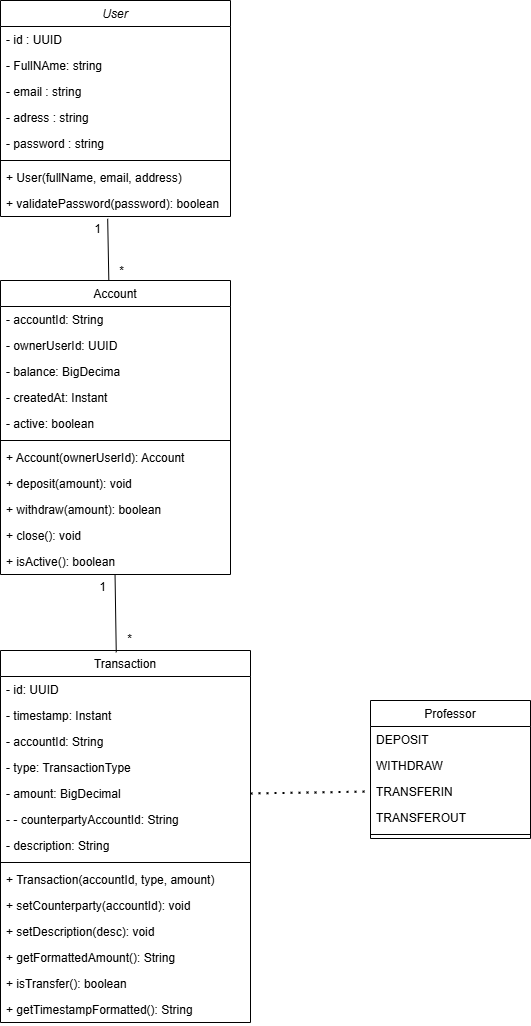
ka-amina/bank-management keeps this draw.io diagram as UML/BankManagement-class-diagram.png. Above is the earlier version. Source tidied: cells renumbered, new cells last; positions are measured from the earlier drawing's top-left corner, leaving out a move shared by most shapes. Its diagram source:
```xml
<mxGraphModel background="#ffffff">
  <root>
    <mxCell id="0" />
    <mxCell id="1" parent="0" />
    <mxCell id="2" value="User" style="swimlane;fontStyle=2;align=center;verticalAlign=top;horizontal=1;startSize=26;rounded=0;shadow=0;strokeWidth=1;" parent="1" vertex="1">
      <mxGeometry width="230" height="216" as="geometry" />
    </mxCell>
    <mxCell id="3" value="- id : UUID" style="text;align=left;verticalAlign=top;spacingLeft=4;spacingRight=4;overflow=hidden;" parent="2" vertex="1">
      <mxGeometry y="26" width="230" height="26" as="geometry" />
    </mxCell>
    <mxCell id="4" value="- FullNAme: string" style="text;align=left;verticalAlign=top;spacingLeft=4;spacingRight=4;overflow=hidden;rounded=0;shadow=0;html=0;" parent="2" vertex="1">
      <mxGeometry y="52" width="230" height="26" as="geometry" />
    </mxCell>
    <mxCell id="5" value="- email : string" style="text;align=left;verticalAlign=top;spacingLeft=4;spacingRight=4;overflow=hidden;rounded=0;shadow=0;html=0;" parent="2" vertex="1">
      <mxGeometry y="78" width="230" height="26" as="geometry" />
    </mxCell>
    <mxCell id="6" value="- adress : string" style="text;align=left;verticalAlign=top;spacingLeft=4;spacingRight=4;overflow=hidden;rounded=0;shadow=0;html=0;" parent="2" vertex="1">
      <mxGeometry y="104" width="230" height="26" as="geometry" />
    </mxCell>
    <mxCell id="7" value="- password : string" style="text;align=left;verticalAlign=top;spacingLeft=4;spacingRight=4;overflow=hidden;rounded=0;shadow=0;html=0;" parent="2" vertex="1">
      <mxGeometry y="130" width="230" height="26" as="geometry" />
    </mxCell>
    <mxCell id="8" style="line;html=1;strokeWidth=1;align=left;verticalAlign=middle;spacingTop=-1;spacingLeft=3;spacingRight=3;labelPosition=right;" parent="2" vertex="1">
      <mxGeometry y="156" width="230" height="8" as="geometry" />
    </mxCell>
    <mxCell id="9" value="+ User(fullName, email, address)" style="text;align=left;verticalAlign=top;spacingLeft=4;spacingRight=4;overflow=hidden;" parent="2" vertex="1">
      <mxGeometry y="164" width="230" height="26" as="geometry" />
    </mxCell>
    <mxCell id="10" value="+ validatePassword(password): boolean" style="text;align=left;verticalAlign=top;spacingLeft=4;spacingRight=4;overflow=hidden;points=[[0,0.5],[1,0.5]];portConstraint=eastwest;" parent="2" vertex="1">
      <mxGeometry y="190" width="230" height="26" as="geometry" />
    </mxCell>
    <mxCell id="11" value="Account" style="swimlane;fontStyle=0;align=center;verticalAlign=top;horizontal=1;startSize=26;rounded=0;shadow=0;strokeWidth=1;" parent="1" vertex="1">
      <mxGeometry y="280" width="230" height="294" as="geometry" />
    </mxCell>
    <mxCell id="12" value="- accountId: String" style="text;align=left;verticalAlign=top;spacingLeft=4;spacingRight=4;overflow=hidden;" parent="11" vertex="1">
      <mxGeometry y="26" width="230" height="26" as="geometry" />
    </mxCell>
    <mxCell id="13" value="- ownerUserId: UUID" style="text;align=left;verticalAlign=top;spacingLeft=4;spacingRight=4;overflow=hidden;rounded=0;shadow=0;html=0;" parent="11" vertex="1">
      <mxGeometry y="52" width="230" height="26" as="geometry" />
    </mxCell>
    <mxCell id="14" value="- balance: BigDecima" style="text;align=left;verticalAlign=top;spacingLeft=4;spacingRight=4;overflow=hidden;fontStyle=0;" parent="11" vertex="1">
      <mxGeometry y="78" width="230" height="26" as="geometry" />
    </mxCell>
    <mxCell id="15" value="- createdAt: Instant" style="text;align=left;verticalAlign=top;spacingLeft=4;spacingRight=4;overflow=hidden;" parent="11" vertex="1">
      <mxGeometry y="104" width="230" height="26" as="geometry" />
    </mxCell>
    <mxCell id="16" value="- active: boolean" style="text;align=left;verticalAlign=top;spacingLeft=4;spacingRight=4;overflow=hidden;" parent="11" vertex="1">
      <mxGeometry y="130" width="230" height="26" as="geometry" />
    </mxCell>
    <mxCell id="17" style="line;html=1;strokeWidth=1;align=left;verticalAlign=middle;spacingTop=-1;spacingLeft=3;spacingRight=3;labelPosition=right;" parent="11" vertex="1">
      <mxGeometry y="156" width="230" height="8" as="geometry" />
    </mxCell>
    <mxCell id="18" value="+ Account(ownerUserId): Account" style="text;align=left;verticalAlign=top;spacingLeft=4;spacingRight=4;overflow=hidden;" parent="11" vertex="1">
      <mxGeometry y="164" width="230" height="26" as="geometry" />
    </mxCell>
    <mxCell id="19" value="+ deposit(amount): void" style="text;align=left;verticalAlign=top;spacingLeft=4;spacingRight=4;overflow=hidden;" parent="11" vertex="1">
      <mxGeometry y="190" width="230" height="26" as="geometry" />
    </mxCell>
    <mxCell id="20" value="+ withdraw(amount): boolean" style="text;align=left;verticalAlign=top;spacingLeft=4;spacingRight=4;overflow=hidden;" parent="11" vertex="1">
      <mxGeometry y="216" width="230" height="26" as="geometry" />
    </mxCell>
    <mxCell id="21" value="+ close(): void" style="text;align=left;verticalAlign=top;spacingLeft=4;spacingRight=4;overflow=hidden;" parent="11" vertex="1">
      <mxGeometry y="242" width="230" height="26" as="geometry" />
    </mxCell>
    <mxCell id="22" value="+ isActive(): boolean" style="text;align=left;verticalAlign=top;spacingLeft=4;spacingRight=4;overflow=hidden;points=[[0,0.5],[1,0.5]];portConstraint=eastwest;" parent="11" vertex="1">
      <mxGeometry y="268" width="230" height="26" as="geometry" />
    </mxCell>
    <mxCell id="23" value="Professor" style="swimlane;fontStyle=0;align=center;verticalAlign=top;horizontal=1;startSize=26;rounded=0;shadow=0;strokeWidth=1;" parent="1" vertex="1">
      <mxGeometry x="370" y="700" width="160" height="138" as="geometry" />
    </mxCell>
    <mxCell id="24" value="DEPOSIT" style="text;align=left;verticalAlign=top;spacingLeft=4;spacingRight=4;overflow=hidden;" parent="23" vertex="1">
      <mxGeometry y="26" width="160" height="26" as="geometry" />
    </mxCell>
    <mxCell id="25" value="WITHDRAW" style="text;align=left;verticalAlign=top;spacingLeft=4;spacingRight=4;overflow=hidden;" parent="23" vertex="1">
      <mxGeometry y="52" width="160" height="26" as="geometry" />
    </mxCell>
    <mxCell id="26" value="TRANSFERIN" style="text;align=left;verticalAlign=top;spacingLeft=4;spacingRight=4;overflow=hidden;points=[[0,0.5],[1,0.5]];portConstraint=eastwest;" parent="23" vertex="1">
      <mxGeometry y="78" width="160" height="26" as="geometry" />
    </mxCell>
    <mxCell id="27" value="TRANSFEROUT" style="text;align=left;verticalAlign=top;spacingLeft=4;spacingRight=4;overflow=hidden;" parent="23" vertex="1">
      <mxGeometry y="104" width="160" height="26" as="geometry" />
    </mxCell>
    <mxCell id="28" style="line;html=1;strokeWidth=1;align=left;verticalAlign=middle;spacingTop=-1;spacingLeft=3;spacingRight=3;labelPosition=right;" parent="23" vertex="1">
      <mxGeometry y="130" width="160" height="8" as="geometry" />
    </mxCell>
    <mxCell id="29" value="Transaction" style="swimlane;fontStyle=0;align=center;verticalAlign=top;horizontal=1;startSize=26;rounded=0;shadow=0;strokeWidth=1;" parent="1" vertex="1">
      <mxGeometry y="650" width="250" height="372" as="geometry" />
    </mxCell>
    <mxCell id="30" value="- id: UUID" style="text;align=left;verticalAlign=top;spacingLeft=4;spacingRight=4;overflow=hidden;" parent="29" vertex="1">
      <mxGeometry y="26" width="250" height="26" as="geometry" />
    </mxCell>
    <mxCell id="31" value="- timestamp: Instant" style="text;align=left;verticalAlign=top;spacingLeft=4;spacingRight=4;overflow=hidden;rounded=0;shadow=0;html=0;" parent="29" vertex="1">
      <mxGeometry y="52" width="250" height="26" as="geometry" />
    </mxCell>
    <mxCell id="32" value="- accountId: String" style="text;align=left;verticalAlign=top;spacingLeft=4;spacingRight=4;overflow=hidden;rounded=0;shadow=0;html=0;" parent="29" vertex="1">
      <mxGeometry y="78" width="250" height="26" as="geometry" />
    </mxCell>
    <mxCell id="33" value="- type: TransactionType" style="text;align=left;verticalAlign=top;spacingLeft=4;spacingRight=4;overflow=hidden;rounded=0;shadow=0;html=0;" parent="29" vertex="1">
      <mxGeometry y="104" width="250" height="26" as="geometry" />
    </mxCell>
    <mxCell id="34" value="- amount: BigDecimal" style="text;align=left;verticalAlign=top;spacingLeft=4;spacingRight=4;overflow=hidden;points=[[0,0.5],[1,0.5]];portConstraint=eastwest;rounded=0;shadow=0;html=0;" parent="29" vertex="1">
      <mxGeometry y="130" width="250" height="26" as="geometry" />
    </mxCell>
    <mxCell id="35" value="- - counterpartyAccountId: String" style="text;align=left;verticalAlign=top;spacingLeft=4;spacingRight=4;overflow=hidden;" parent="29" vertex="1">
      <mxGeometry y="156" width="250" height="26" as="geometry" />
    </mxCell>
    <mxCell id="36" value="- description: String" style="text;align=left;verticalAlign=top;spacingLeft=4;spacingRight=4;overflow=hidden;" parent="29" vertex="1">
      <mxGeometry y="182" width="250" height="26" as="geometry" />
    </mxCell>
    <mxCell id="37" style="line;html=1;strokeWidth=1;align=left;verticalAlign=middle;spacingTop=-1;spacingLeft=3;spacingRight=3;labelPosition=right;" parent="29" vertex="1">
      <mxGeometry y="208" width="250" height="8" as="geometry" />
    </mxCell>
    <mxCell id="38" value="+ Transaction(accountId, type, amount)" style="text;align=left;verticalAlign=top;spacingLeft=4;spacingRight=4;overflow=hidden;" parent="29" vertex="1">
      <mxGeometry y="216" width="250" height="26" as="geometry" />
    </mxCell>
    <mxCell id="39" value="+ setCounterparty(accountId): void" style="text;align=left;verticalAlign=top;spacingLeft=4;spacingRight=4;overflow=hidden;" parent="29" vertex="1">
      <mxGeometry y="242" width="250" height="26" as="geometry" />
    </mxCell>
    <mxCell id="40" value="+ setDescription(desc): void" style="text;align=left;verticalAlign=top;spacingLeft=4;spacingRight=4;overflow=hidden;" parent="29" vertex="1">
      <mxGeometry y="268" width="250" height="26" as="geometry" />
    </mxCell>
    <mxCell id="41" value="+ getFormattedAmount(): String" style="text;align=left;verticalAlign=top;spacingLeft=4;spacingRight=4;overflow=hidden;" parent="29" vertex="1">
      <mxGeometry y="294" width="250" height="26" as="geometry" />
    </mxCell>
    <mxCell id="42" value="+ isTransfer(): boolean" style="text;align=left;verticalAlign=top;spacingLeft=4;spacingRight=4;overflow=hidden;" parent="29" vertex="1">
      <mxGeometry y="320" width="250" height="26" as="geometry" />
    </mxCell>
    <mxCell id="43" value="+ getTimestampFormatted(): String" style="text;align=left;verticalAlign=top;spacingLeft=4;spacingRight=4;overflow=hidden;" parent="29" vertex="1">
      <mxGeometry y="346" width="250" height="26" as="geometry" />
    </mxCell>
    <mxCell id="44" style="endArrow=none;dashed=1;html=1;dashPattern=1 3;strokeWidth=2;rounded=0;exitX=1;exitY=0.5;exitDx=0;exitDy=0;entryX=0;entryY=0.5;entryDx=0;entryDy=0;" parent="1" edge="1" source="34" target="26">
      <mxGeometry relative="1" as="geometry" />
    </mxCell>
    <mxCell id="45" style="endArrow=none;html=1;rounded=0;entryX=0.466;entryY=1.087;entryDx=0;entryDy=0;entryPerimeter=0;exitX=0.471;exitY=0.001;exitDx=0;exitDy=0;exitPerimeter=0;" parent="1" edge="1" source="11" target="10">
      <mxGeometry relative="1" as="geometry" />
    </mxCell>
    <mxCell id="46" style="endArrow=none;html=1;rounded=0;exitX=0.463;exitY=0.005;exitDx=0;exitDy=0;exitPerimeter=0;entryX=0.498;entryY=1.002;entryDx=0;entryDy=0;entryPerimeter=0;" parent="1" edge="1" source="29" target="22">
      <mxGeometry relative="1" as="geometry" />
    </mxCell>
    <mxCell id="47" value="1" style="text;html=1;align=center;verticalAlign=middle;strokeColor=none;fillColor=none;" parent="1" vertex="1">
      <mxGeometry x="84" y="216" width="25" height="26" as="geometry" />
    </mxCell>
    <mxCell id="48" value="*" style="text;html=1;align=center;verticalAlign=middle;strokeColor=none;fillColor=none;" parent="1" vertex="1">
      <mxGeometry x="109" y="258" width="23" height="26" as="geometry" />
    </mxCell>
    <mxCell id="49" value="1" style="text;html=1;align=center;verticalAlign=middle;strokeColor=none;fillColor=none;" parent="1" vertex="1">
      <mxGeometry x="89" y="574" width="25" height="26" as="geometry" />
    </mxCell>
    <mxCell id="50" value="*" style="text;html=1;align=center;verticalAlign=middle;strokeColor=none;fillColor=none;" parent="1" vertex="1">
      <mxGeometry x="117" y="626" width="23" height="26" as="geometry" />
    </mxCell>
  </root>
</mxGraphModel>
```
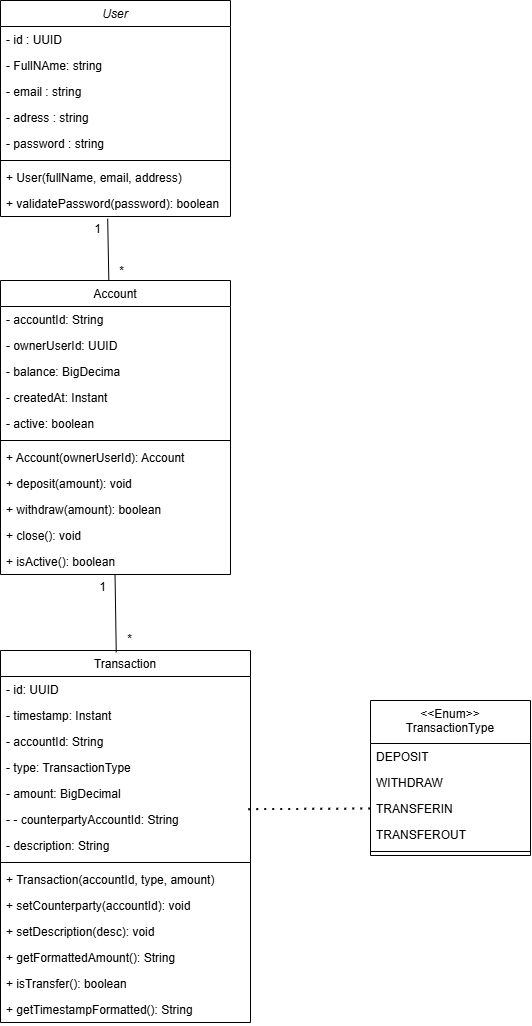
Above is the later version.

Commit message:
update class diagram

Diff of the diagram source:
```diff
@@ -65,23 +65,23 @@
     <mxCell id="22" value="+ isActive(): boolean" style="text;align=left;verticalAlign=top;spacingLeft=4;spacingRight=4;overflow=hidden;points=[[0,0.5],[1,0.5]];portConstraint=eastwest;" parent="11" vertex="1">
       <mxGeometry y="268" width="230" height="26" as="geometry" />
     </mxCell>
-    <mxCell id="23" value="Professor" style="swimlane;fontStyle=0;align=center;verticalAlign=top;horizontal=1;startSize=26;rounded=0;shadow=0;strokeWidth=1;" parent="1" vertex="1">
-      <mxGeometry x="370" y="700" width="160" height="138" as="geometry" />
+    <mxCell id="23" value="&lt;&lt;Enum&gt;&gt;&#10;TransactionType" style="swimlane;fontStyle=0;align=center;verticalAlign=top;horizontal=1;startSize=43;rounded=0;shadow=0;strokeWidth=1;" parent="1" vertex="1">
+      <mxGeometry x="370" y="700" width="160" height="155" as="geometry" />
     </mxCell>
     <mxCell id="24" value="DEPOSIT" style="text;align=left;verticalAlign=top;spacingLeft=4;spacingRight=4;overflow=hidden;" parent="23" vertex="1">
-      <mxGeometry y="26" width="160" height="26" as="geometry" />
+      <mxGeometry y="43" width="160" height="26" as="geometry" />
     </mxCell>
     <mxCell id="25" value="WITHDRAW" style="text;align=left;verticalAlign=top;spacingLeft=4;spacingRight=4;overflow=hidden;" parent="23" vertex="1">
-      <mxGeometry y="52" width="160" height="26" as="geometry" />
+      <mxGeometry y="69" width="160" height="26" as="geometry" />
     </mxCell>
     <mxCell id="26" value="TRANSFERIN" style="text;align=left;verticalAlign=top;spacingLeft=4;spacingRight=4;overflow=hidden;points=[[0,0.5],[1,0.5]];portConstraint=eastwest;" parent="23" vertex="1">
-      <mxGeometry y="78" width="160" height="26" as="geometry" />
+      <mxGeometry y="95" width="160" height="26" as="geometry" />
     </mxCell>
     <mxCell id="27" value="TRANSFEROUT" style="text;align=left;verticalAlign=top;spacingLeft=4;spacingRight=4;overflow=hidden;" parent="23" vertex="1">
-      <mxGeometry y="104" width="160" height="26" as="geometry" />
+      <mxGeometry y="121" width="160" height="26" as="geometry" />
     </mxCell>
     <mxCell id="28" style="line;html=1;strokeWidth=1;align=left;verticalAlign=middle;spacingTop=-1;spacingLeft=3;spacingRight=3;labelPosition=right;" parent="23" vertex="1">
-      <mxGeometry y="130" width="160" height="8" as="geometry" />
+      <mxGeometry y="147" width="160" height="8" as="geometry" />
     </mxCell>
     <mxCell id="29" value="Transaction" style="swimlane;fontStyle=0;align=center;verticalAlign=top;horizontal=1;startSize=26;rounded=0;shadow=0;strokeWidth=1;" parent="1" vertex="1">
       <mxGeometry y="650" width="250" height="372" as="geometry" />
@@ -128,7 +128,7 @@
     <mxCell id="43" value="+ getTimestampFormatted(): String" style="text;align=left;verticalAlign=top;spacingLeft=4;spacingRight=4;overflow=hidden;" parent="29" vertex="1">
       <mxGeometry y="346" width="250" height="26" as="geometry" />
     </mxCell>
-    <mxCell id="44" style="endArrow=none;dashed=1;html=1;dashPattern=1 3;strokeWidth=2;rounded=0;exitX=1;exitY=0.5;exitDx=0;exitDy=0;entryX=0;entryY=0.5;entryDx=0;entryDy=0;" parent="1" edge="1" source="34" target="26">
+    <mxCell id="44" style="endArrow=none;dashed=1;html=1;dashPattern=1 3;strokeWidth=2;rounded=0;exitX=0.991;exitY=1.103;exitDx=0;exitDy=0;entryX=0;entryY=0.5;entryDx=0;entryDy=0;exitPerimeter=0;" parent="1" edge="1" source="34" target="26">
       <mxGeometry relative="1" as="geometry" />
     </mxCell>
     <mxCell id="45" style="endArrow=none;html=1;rounded=0;entryX=0.466;entryY=1.087;entryDx=0;entryDy=0;entryPerimeter=0;exitX=0.471;exitY=0.001;exitDx=0;exitDy=0;exitPerimeter=0;" parent="1" edge="1" source="11" target="10">
```
